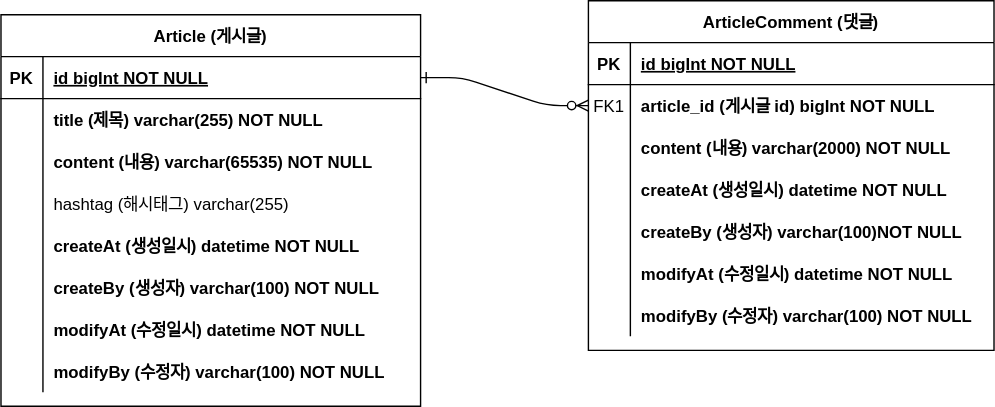
Above: document/project-domain-erd.svg in khanian/test-project-board (draw.io), before the change. Source tidied: cells renumbered, new cells last; positions are measured from the earlier drawing's top-left corner, leaving out a move shared by most shapes.
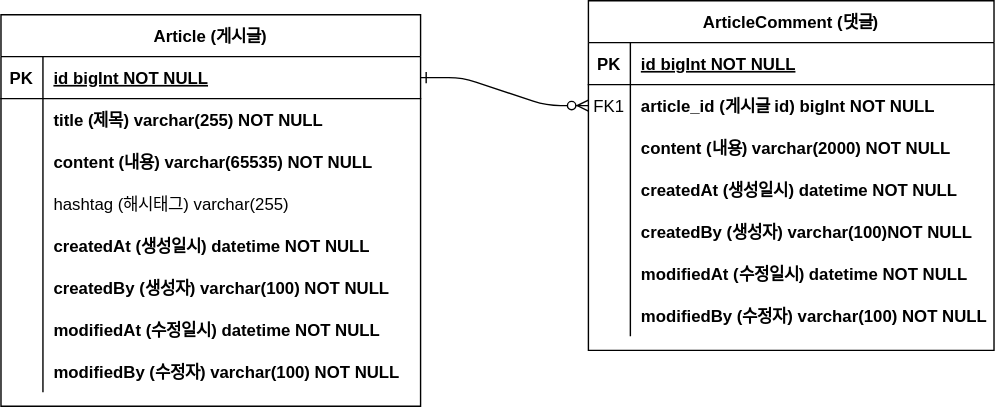
The same file after the commit.

Diff of the diagram source:
```diff
@@ -41,7 +41,7 @@
     <mxCell id="14" style="shape=partialRectangle;overflow=hidden;fillColor=none;top=0;left=0;bottom=0;right=0;" parent="13" vertex="1">
       <mxGeometry width="30" height="30" as="geometry" />
     </mxCell>
-    <mxCell id="15" value="createAt (생성일시) datetime NOT NULL" style="shape=partialRectangle;overflow=hidden;fillColor=none;top=0;left=0;bottom=0;right=0;align=left;spacingLeft=6;fontStyle=1;" parent="13" vertex="1">
+    <mxCell id="15" value="createdAt (생성일시) datetime NOT NULL" style="shape=partialRectangle;overflow=hidden;fillColor=none;top=0;left=0;bottom=0;right=0;align=left;spacingLeft=6;fontStyle=1;" parent="13" vertex="1">
       <mxGeometry x="30" width="260" height="30" as="geometry" />
     </mxCell>
     <mxCell id="16" style="shape=partialRectangle;fillColor=none;top=0;left=0;right=0;bottom=0;" parent="3" vertex="1">
@@ -50,7 +50,7 @@
     <mxCell id="17" style="shape=partialRectangle;overflow=hidden;fillColor=none;top=0;left=0;bottom=0;right=0;" parent="16" vertex="1">
       <mxGeometry width="30" height="30" as="geometry" />
     </mxCell>
-    <mxCell id="18" value="createBy (생성자) varchar(100)NOT NULL" style="shape=partialRectangle;overflow=hidden;fillColor=none;top=0;left=0;bottom=0;right=0;align=left;spacingLeft=6;fontStyle=1;" parent="16" vertex="1">
+    <mxCell id="18" value="createdBy (생성자) varchar(100)NOT NULL" style="shape=partialRectangle;overflow=hidden;fillColor=none;top=0;left=0;bottom=0;right=0;align=left;spacingLeft=6;fontStyle=1;" parent="16" vertex="1">
       <mxGeometry x="30" width="260" height="30" as="geometry" />
     </mxCell>
     <mxCell id="19" style="shape=partialRectangle;fillColor=none;top=0;left=0;right=0;bottom=0;" parent="3" vertex="1">
@@ -59,7 +59,7 @@
     <mxCell id="20" style="shape=partialRectangle;overflow=hidden;fillColor=none;top=0;left=0;bottom=0;right=0;" parent="19" vertex="1">
       <mxGeometry width="30" height="30" as="geometry" />
     </mxCell>
-    <mxCell id="21" value="modifyAt (수정일시) datetime NOT NULL" style="shape=partialRectangle;overflow=hidden;fillColor=none;top=0;left=0;bottom=0;right=0;align=left;spacingLeft=6;fontStyle=1;" parent="19" vertex="1">
+    <mxCell id="21" value="modifiedAt (수정일시) datetime NOT NULL" style="shape=partialRectangle;overflow=hidden;fillColor=none;top=0;left=0;bottom=0;right=0;align=left;spacingLeft=6;fontStyle=1;" parent="19" vertex="1">
       <mxGeometry x="30" width="260" height="30" as="geometry" />
     </mxCell>
     <mxCell id="22" style="shape=partialRectangle;fillColor=none;top=0;left=0;right=0;bottom=0;" parent="3" vertex="1">
@@ -68,7 +68,7 @@
     <mxCell id="23" style="shape=partialRectangle;overflow=hidden;fillColor=none;top=0;left=0;bottom=0;right=0;" parent="22" vertex="1">
       <mxGeometry width="30" height="30" as="geometry" />
     </mxCell>
-    <mxCell id="24" value="modifyBy (수정자) varchar(100) NOT NULL" style="shape=partialRectangle;overflow=hidden;fillColor=none;top=0;left=0;bottom=0;right=0;align=left;spacingLeft=6;fontStyle=1;" parent="22" vertex="1">
+    <mxCell id="24" value="modifiedBy (수정자) varchar(100) NOT NULL" style="shape=partialRectangle;overflow=hidden;fillColor=none;top=0;left=0;bottom=0;right=0;align=left;spacingLeft=6;fontStyle=1;" parent="22" vertex="1">
       <mxGeometry x="30" width="260" height="30" as="geometry" />
     </mxCell>
     <mxCell id="25" value="Article (게시글)" style="shape=table;startSize=30;rowLines=0;fontStyle=1;align=center;" parent="1" vertex="1">
@@ -116,7 +116,7 @@
     <mxCell id="39" style="shape=partialRectangle;overflow=hidden;fillColor=none;top=0;left=0;bottom=0;right=0;" parent="38" vertex="1">
       <mxGeometry width="30" height="30" as="geometry" />
     </mxCell>
-    <mxCell id="40" value="createAt (생성일시) datetime NOT NULL" style="shape=partialRectangle;overflow=hidden;fillColor=none;top=0;left=0;bottom=0;right=0;align=left;spacingLeft=6;fontStyle=1;" parent="38" vertex="1">
+    <mxCell id="40" value="createdAt (생성일시) datetime NOT NULL" style="shape=partialRectangle;overflow=hidden;fillColor=none;top=0;left=0;bottom=0;right=0;align=left;spacingLeft=6;fontStyle=1;" parent="38" vertex="1">
       <mxGeometry x="30" width="270" height="30" as="geometry" />
     </mxCell>
     <mxCell id="41" style="shape=partialRectangle;fillColor=none;top=0;left=0;right=0;bottom=0;" parent="25" vertex="1">
@@ -125,7 +125,7 @@
     <mxCell id="42" style="shape=partialRectangle;overflow=hidden;fillColor=none;top=0;left=0;bottom=0;right=0;" parent="41" vertex="1">
       <mxGeometry width="30" height="30" as="geometry" />
     </mxCell>
-    <mxCell id="43" value="createBy (생성자) varchar(100) NOT NULL" style="shape=partialRectangle;overflow=hidden;fillColor=none;top=0;left=0;bottom=0;right=0;align=left;spacingLeft=6;fontStyle=1;" parent="41" vertex="1">
+    <mxCell id="43" value="createdBy (생성자) varchar(100) NOT NULL" style="shape=partialRectangle;overflow=hidden;fillColor=none;top=0;left=0;bottom=0;right=0;align=left;spacingLeft=6;fontStyle=1;" parent="41" vertex="1">
       <mxGeometry x="30" width="270" height="30" as="geometry" />
     </mxCell>
     <mxCell id="44" style="shape=partialRectangle;fillColor=none;top=0;left=0;right=0;bottom=0;" parent="25" vertex="1">
@@ -134,7 +134,7 @@
     <mxCell id="45" style="shape=partialRectangle;overflow=hidden;fillColor=none;top=0;left=0;bottom=0;right=0;" parent="44" vertex="1">
       <mxGeometry width="30" height="30" as="geometry" />
     </mxCell>
-    <mxCell id="46" value="modifyAt (수정일시) datetime NOT NULL" style="shape=partialRectangle;overflow=hidden;fillColor=none;top=0;left=0;bottom=0;right=0;align=left;spacingLeft=6;fontStyle=1;" parent="44" vertex="1">
+    <mxCell id="46" value="modifiedAt (수정일시) datetime NOT NULL" style="shape=partialRectangle;overflow=hidden;fillColor=none;top=0;left=0;bottom=0;right=0;align=left;spacingLeft=6;fontStyle=1;" parent="44" vertex="1">
       <mxGeometry x="30" width="270" height="30" as="geometry" />
     </mxCell>
     <mxCell id="47" style="shape=partialRectangle;fillColor=none;top=0;left=0;right=0;bottom=0;" parent="25" vertex="1">
@@ -143,7 +143,7 @@
     <mxCell id="48" style="shape=partialRectangle;overflow=hidden;fillColor=none;top=0;left=0;bottom=0;right=0;" parent="47" vertex="1">
       <mxGeometry width="30" height="30" as="geometry" />
     </mxCell>
-    <mxCell id="49" value="modifyBy (수정자) varchar(100) NOT NULL" style="shape=partialRectangle;overflow=hidden;fillColor=none;top=0;left=0;bottom=0;right=0;align=left;spacingLeft=6;fontStyle=1;" parent="47" vertex="1">
+    <mxCell id="49" value="modifiedBy (수정자) varchar(100) NOT NULL" style="shape=partialRectangle;overflow=hidden;fillColor=none;top=0;left=0;bottom=0;right=0;align=left;spacingLeft=6;fontStyle=1;" parent="47" vertex="1">
       <mxGeometry x="30" width="270" height="30" as="geometry" />
     </mxCell>
   </root>
```
